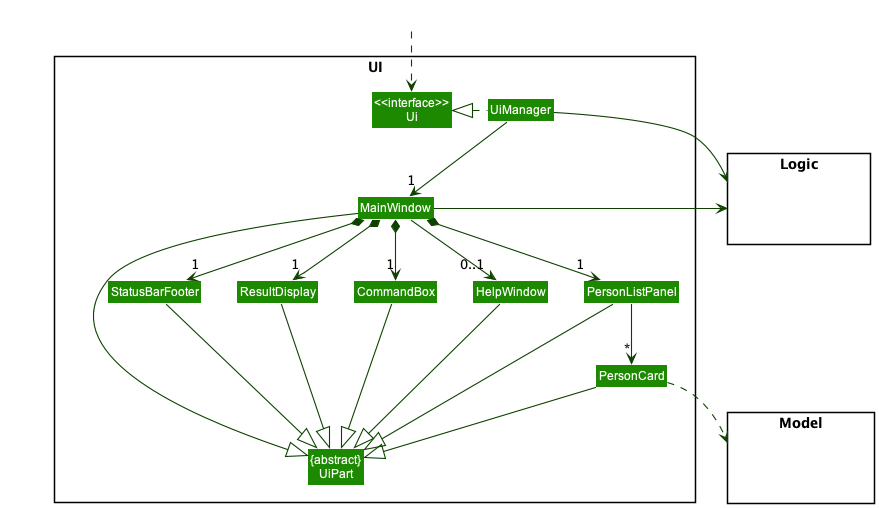
Before: docs/images/UiClassDiagram.png, a diagram exported from PlantUML (nus-cs2103-AY2223S1/tp).
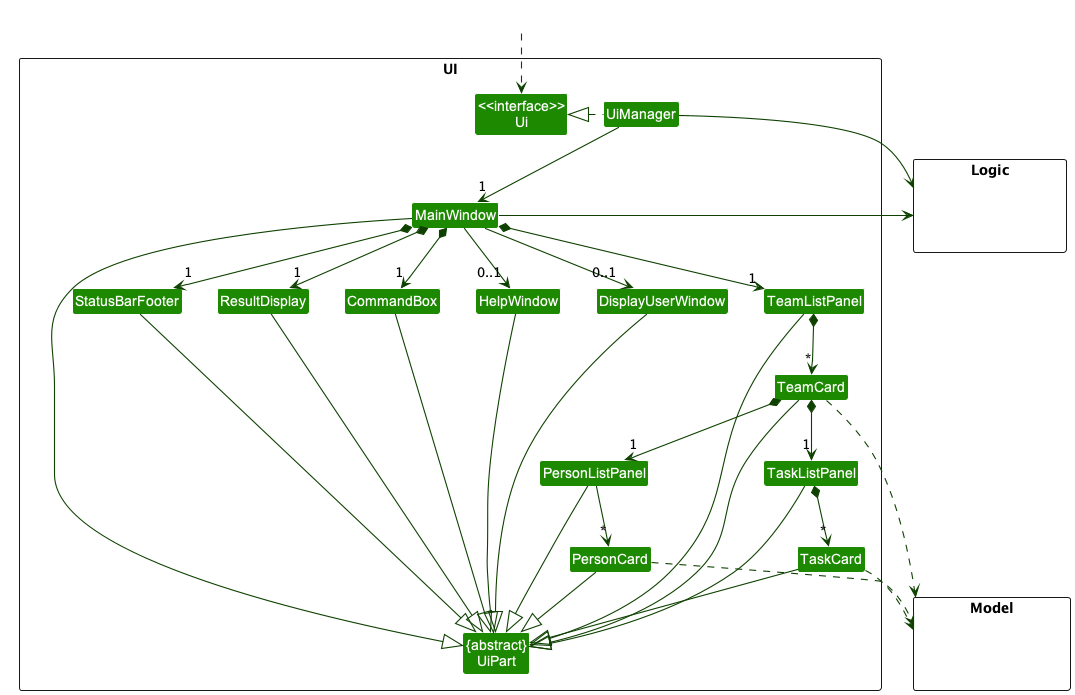
After the commit.

The edit, as a diff of the source:
```diff
@@ -15,6 +15,11 @@
 Class PersonCard
 Class StatusBarFooter
 Class CommandBox
+Class TeamCard
+Class TaskCard
+Class TeamListPanel
+Class TaskListPanel
+Class DisplayUserWindow
 }
 
 package Model <<Rectangle>> {
@@ -32,9 +37,14 @@
 UiManager -down-> "1" MainWindow
 MainWindow *-down->  "1" CommandBox
 MainWindow *-down-> "1" ResultDisplay
-MainWindow *-down-> "1" PersonListPanel
 MainWindow *-down-> "1" StatusBarFooter
 MainWindow --> "0..1" HelpWindow
+MainWindow --> "0..1" DisplayUserWindow
+MainWindow *-down-> "1" TeamListPanel
+TeamListPanel *-down-> "*" TeamCard
+TeamCard *-down-> "1" PersonListPanel
+TeamCard *-down-> "1" TaskListPanel
+TaskListPanel *-down-> "*" TaskCard
 
 PersonListPanel -down-> "*" PersonCard
 
@@ -46,15 +56,25 @@
 PersonCard --|> UiPart
 StatusBarFooter --|> UiPart
 HelpWindow --|> UiPart
+TaskCard --|> UiPart
+TaskListPanel --|> UiPart
+TeamCard --|> UiPart
+DisplayUserWindow --|> UiPart
+TeamListPanel --|> UiPart
 
 PersonCard ..> Model
+TeamCard ..> Model
+TaskCard ..> Model
 UiManager -right-> Logic
 MainWindow -left-> Logic
+
 
 PersonListPanel -[hidden]left- HelpWindow
 HelpWindow -[hidden]left- CommandBox
 CommandBox -[hidden]left- ResultDisplay
 ResultDisplay -[hidden]left- StatusBarFooter
+DisplayUserWindow -[hidden]left- HelpWindow
+TeamListPanel -[hidden]left- DisplayUserWindow
 
 MainWindow -[hidden]-|> UiPart
 @enduml
```
